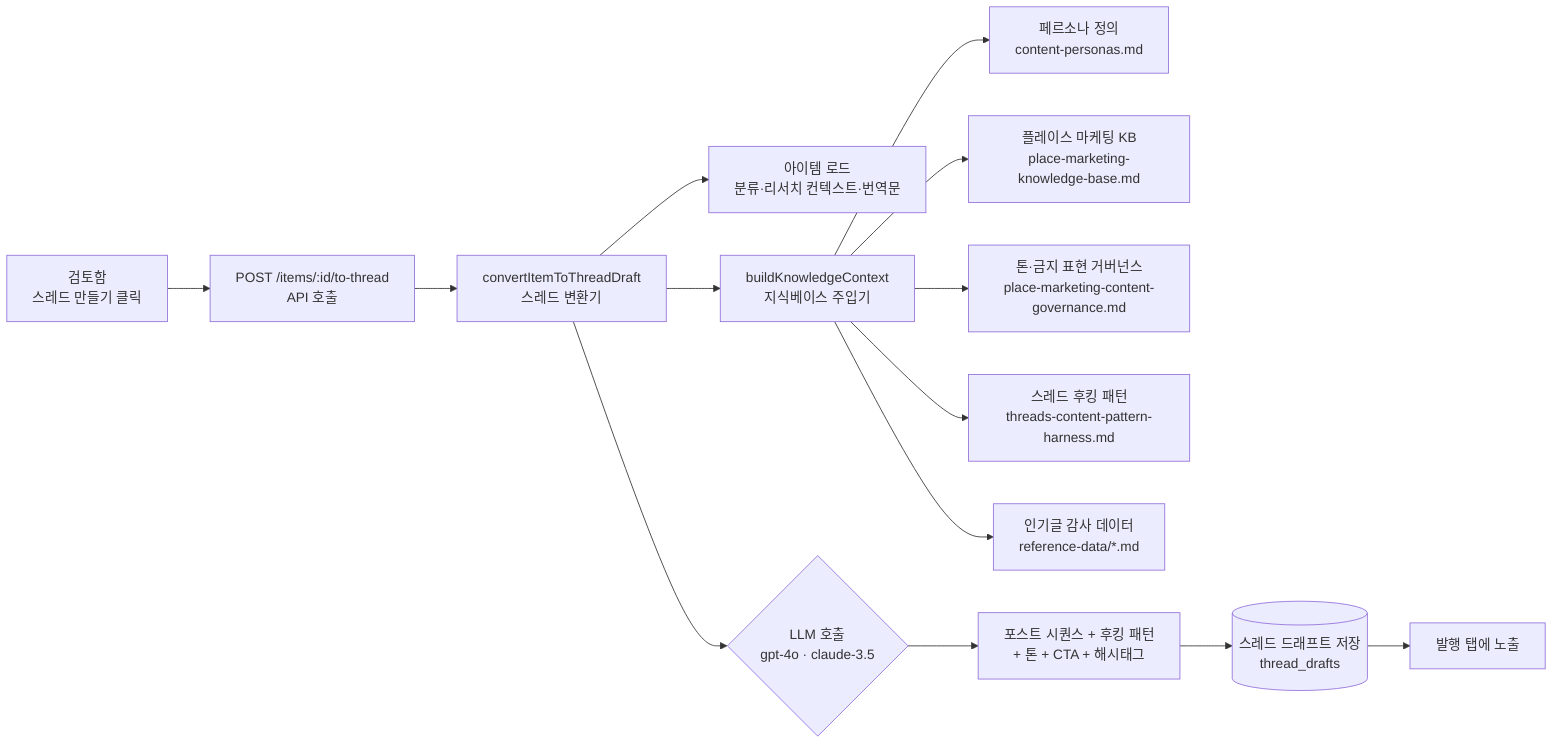
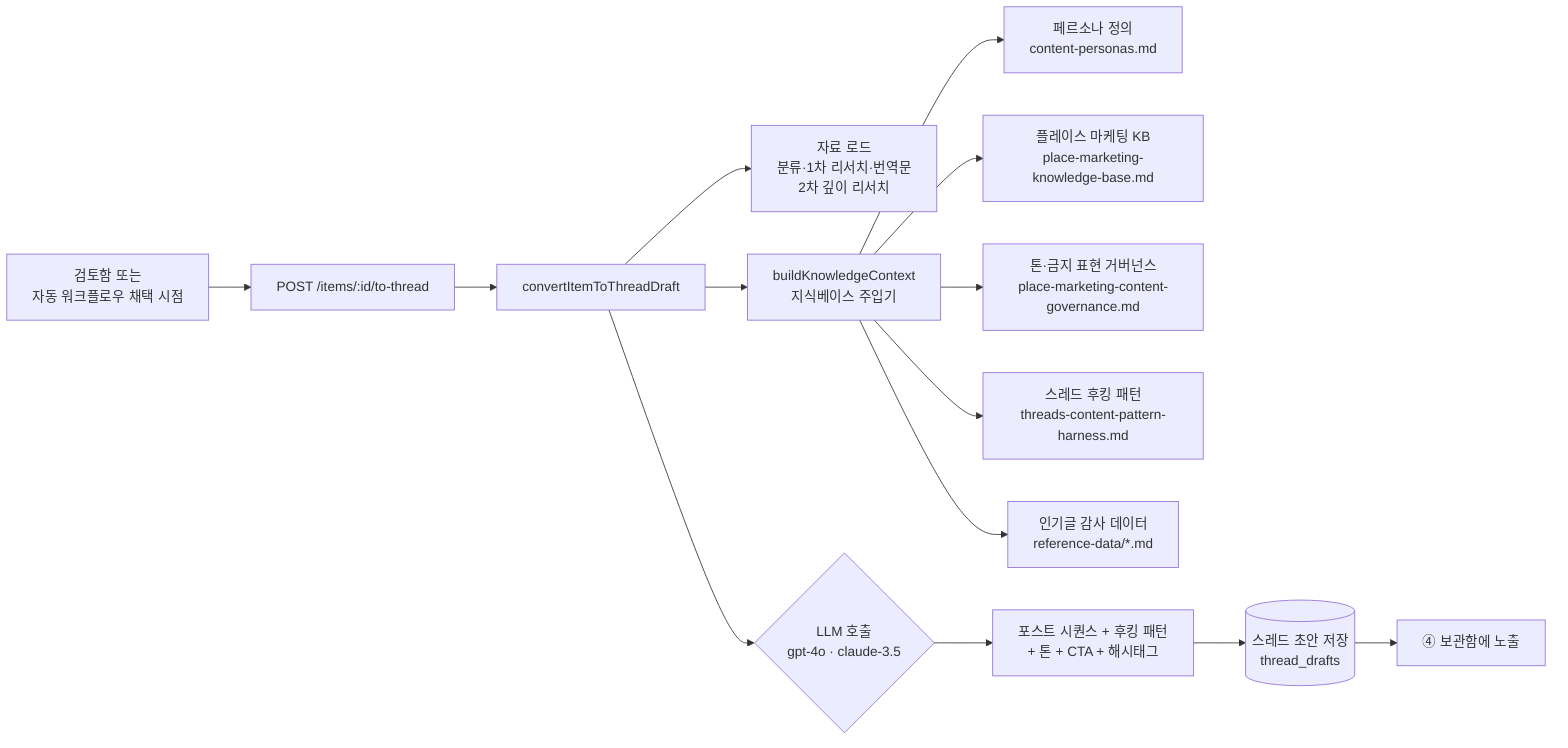
flowchart LR
-   A[검토함<br/>스레드 만들기 클릭] --> B[POST /items/:id/to-thread<br/>API 호출]
-   B --> C[convertItemToThreadDraft<br/>스레드 변환기]
-   C --> D[아이템 로드<br/>분류·리서치 컨텍스트·번역문]
+   A[검토함 또는<br/>자동 워크플로우 채택 시점] --> B[POST /items/:id/to-thread]
+   B --> C[convertItemToThreadDraft]
+   C --> D[자료 로드<br/>분류·1차 리서치·번역문<br/>2차 깊이 리서치]
  C --> E[buildKnowledgeContext<br/>지식베이스 주입기]
  E --> KB1[페르소나 정의<br/>content-personas.md]
  E --> KB2[플레이스 마케팅 KB<br/>place-marketing-knowledge-base.md]
  E --> KB3[톤·금지 표현 거버넌스<br/>place-marketing-content-governance.md]
  E --> KB4[스레드 후킹 패턴<br/>threads-content-pattern-harness.md]
  E --> KB5[인기글 감사 데이터<br/>reference-data/*.md]
  C --> F{LLM 호출<br/>gpt-4o · claude-3.5}
  F --> G[포스트 시퀀스 + 후킹 패턴<br/>+ 톤 + CTA + 해시태그]
-   G --> H[(스레드 드래프트 저장<br/>thread_drafts)]
-   H --> I[발행 탭에 노출]
+   G --> H[(스레드 초안 저장<br/>thread_drafts)]
+   H --> I[④ 보관함에 노출]
